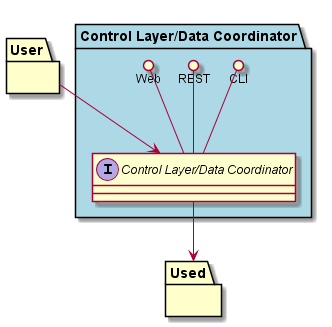
The PlantUML diagram docs/Solution/Control/Data-Coordinator/Logical.png in CAADE/edgeville, before a commit.
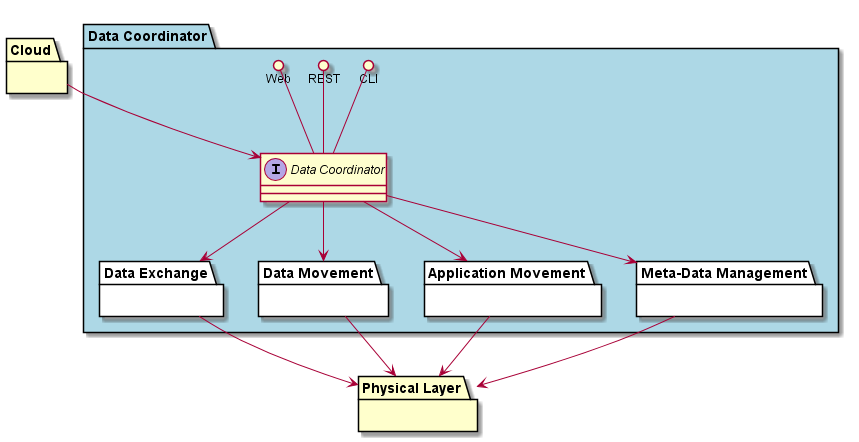
After the commit.

What changed in the source:
```diff
@@ -1,24 +1,40 @@
 @startuml
 
-package "User" #ffffcc {
+package "Cloud" as User #ffffcc {
 
 }
 
-package "Used" #ffffcc {
+package "Physical Layer" as Used #ffffcc {
 
 }
 
-package "Control Layer/Data Coordinator" #lightblue {
+package "Data Coordinator" #lightblue {
 
-    interface "Control Layer/Data Coordinator" {
+    interface "Data Coordinator" as DC {
     }
 
-    CLI ()-- "Control Layer/Data Coordinator"
-    REST ()-- "Control Layer/Data Coordinator"
-    Web ()-- "Control Layer/Data Coordinator"
+    CLI ()-- DC
+    REST ()-- DC
+    Web ()-- DC
+    package "Data Exchange" as DE #white {
+    }
+    package "Data Movement" as DM #white {
+    }
+    package "Application Movement" as AM #white {
+    }
+    package "Meta-Data Management" as MDM #white {
+    }
+    DC --> DE
+    DC --> DM
+    DC --> AM
+    DC --> MDM
+
 }
 
-User --> "Control Layer/Data Coordinator"
-"Control Layer/Data Coordinator" --> Used
+User --> DC
+DE --> Used
+DM --> Used
+AM --> Used
+MDM --> Used
 
 @enduml
```
